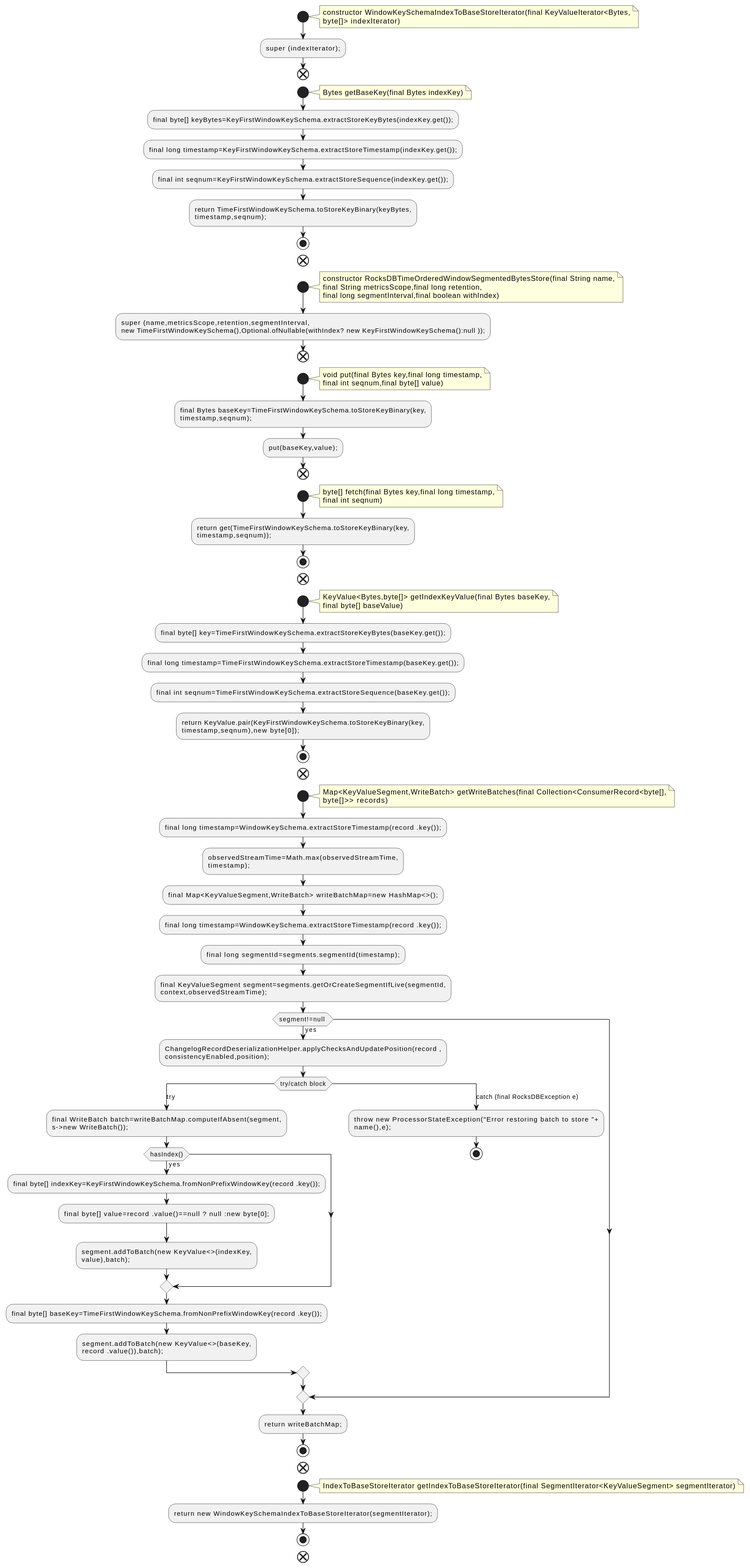
Above: docs/qc/streams/src/main/java/org/apache/kafka/streams/state/internals/RocksDBTimeOrderedWindowSegmentedBytesStore.java.fct.svg in qualitesys/kafka (PlantUML), before the change. The source it was exported from:
```plantuml
@startuml
!pragma layout smetana
start
note right
constructor WindowKeySchemaIndexToBaseStoreIterator(final KeyValueIterator<Bytes,
byte[]> indexIterator)
end note
:super (indexIterator);;
end
start
note right
Bytes getBaseKey(final Bytes indexKey)
end note
:final byte[] keyBytes=KeyFirstWindowKeySchema.extractStoreKeyBytes(indexKey.get());;
:final long timestamp=KeyFirstWindowKeySchema.extractStoreTimestamp(indexKey.get());;
:final int seqnum=KeyFirstWindowKeySchema.extractStoreSequence(indexKey.get());;
:return TimeFirstWindowKeySchema.toStoreKeyBinary(keyBytes,
timestamp,seqnum);;
stop
end
start
note right
constructor RocksDBTimeOrderedWindowSegmentedBytesStore(final String name,
final String metricsScope,final long retention,
final long segmentInterval,final boolean withIndex)
end note
:super (name,metricsScope,retention,segmentInterval,
new TimeFirstWindowKeySchema(),Optional.ofNullable(withIndex? new KeyFirstWindowKeySchema():null ));;
end
start
note right
void put(final Bytes key,final long timestamp,
final int seqnum,final byte[] value)
end note
:final Bytes baseKey=TimeFirstWindowKeySchema.toStoreKeyBinary(key,
timestamp,seqnum);;
:put(baseKey,value);;
end
start
note right
byte[] fetch(final Bytes key,final long timestamp,
final int seqnum)
end note
:return get(TimeFirstWindowKeySchema.toStoreKeyBinary(key,
timestamp,seqnum));;
stop
end
start
note right
KeyValue<Bytes,byte[]> getIndexKeyValue(final Bytes baseKey,
final byte[] baseValue)
end note
:final byte[] key=TimeFirstWindowKeySchema.extractStoreKeyBytes(baseKey.get());;
:final long timestamp=TimeFirstWindowKeySchema.extractStoreTimestamp(baseKey.get());;
:final int seqnum=TimeFirstWindowKeySchema.extractStoreSequence(baseKey.get());;
:return KeyValue.pair(KeyFirstWindowKeySchema.toStoreKeyBinary(key,
timestamp,seqnum),new byte[0]);;
stop
end
start
note right
Map<KeyValueSegment,WriteBatch> getWriteBatches(final Collection<ConsumerRecord<byte[],
byte[]>> records)
end note
:final long timestamp=WindowKeySchema.extractStoreTimestamp(record .key());;
:observedStreamTime=Math.max(observedStreamTime,
timestamp);;
:final Map<KeyValueSegment,WriteBatch> writeBatchMap=new HashMap<>();;
:final long timestamp=WindowKeySchema.extractStoreTimestamp(record .key());;
:final long segmentId=segments.segmentId(timestamp);;
:final KeyValueSegment segment=segments.getOrCreateSegmentIfLive(segmentId,
context,observedStreamTime);;
if (segment!=null ) then (yes)
:ChangelogRecordDeserializationHelper.applyChecksAndUpdatePosition(record ,
consistencyEnabled,position);;
switch (try/catch block)
case (try)
:final WriteBatch batch=writeBatchMap.computeIfAbsent(segment,
s->new WriteBatch());;
if (hasIndex()) then (yes)
:final byte[] indexKey=KeyFirstWindowKeySchema.fromNonPrefixWindowKey(record .key());;
:final byte[] value=record .value()==null ? null :new byte[0];;
:segment.addToBatch(new KeyValue<>(indexKey,
value),batch);;
endif
:final byte[] baseKey=TimeFirstWindowKeySchema.fromNonPrefixWindowKey(record .key());;
:segment.addToBatch(new KeyValue<>(baseKey,
record .value()),batch);;
case (catch (final RocksDBException e))
:throw new ProcessorStateException("Error restoring batch to store "+
name(),e);;
stop
endswitch
endif
:return writeBatchMap;;
stop
end
start
note right
IndexToBaseStoreIterator getIndexToBaseStoreIterator(final SegmentIterator<KeyValueSegment> segmentIterator)
end note
:return new WindowKeySchemaIndexToBaseStoreIterator(segmentIterator);;
stop
end
@enduml
```
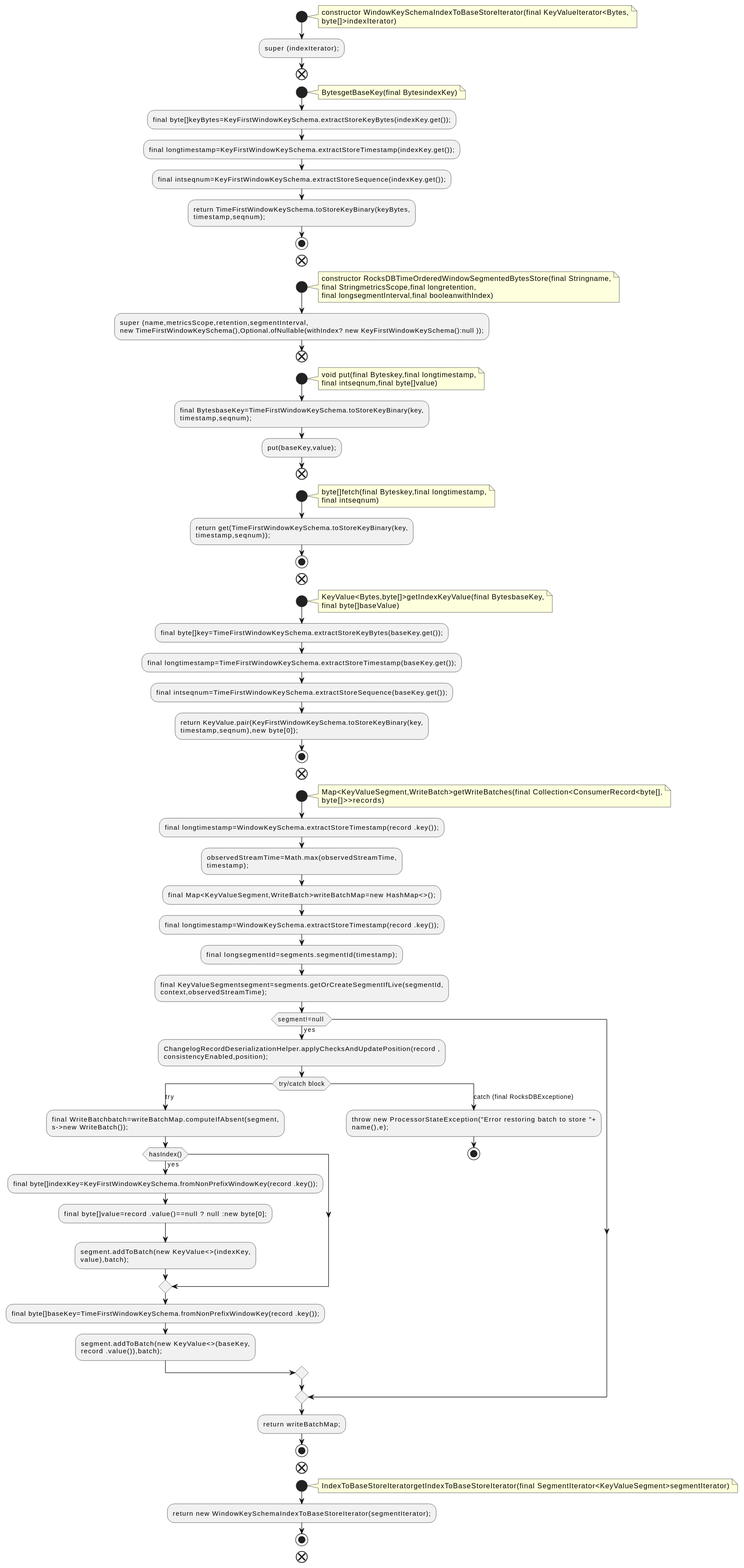
Later version of the same file.

Change to the diagram source:
```diff
@@ -3,43 +3,43 @@
 start
 note right
 constructor WindowKeySchemaIndexToBaseStoreIterator(final KeyValueIterator<Bytes,
-byte[]> indexIterator)
+byte[]>indexIterator)
 end note
 :super (indexIterator);;
 end
 start
 note right
-Bytes getBaseKey(final Bytes indexKey)
+BytesgetBaseKey(final BytesindexKey)
 end note
-:final byte[] keyBytes=KeyFirstWindowKeySchema.extractStoreKeyBytes(indexKey.get());;
-:final long timestamp=KeyFirstWindowKeySchema.extractStoreTimestamp(indexKey.get());;
-:final int seqnum=KeyFirstWindowKeySchema.extractStoreSequence(indexKey.get());;
+:final byte[]keyBytes=KeyFirstWindowKeySchema.extractStoreKeyBytes(indexKey.get());;
+:final longtimestamp=KeyFirstWindowKeySchema.extractStoreTimestamp(indexKey.get());;
+:final intseqnum=KeyFirstWindowKeySchema.extractStoreSequence(indexKey.get());;
 :return TimeFirstWindowKeySchema.toStoreKeyBinary(keyBytes,
 timestamp,seqnum);;
 stop
 end
 start
 note right
-constructor RocksDBTimeOrderedWindowSegmentedBytesStore(final String name,
-final String metricsScope,final long retention,
-final long segmentInterval,final boolean withIndex)
+constructor RocksDBTimeOrderedWindowSegmentedBytesStore(final Stringname,
+final StringmetricsScope,final longretention,
+final longsegmentInterval,final booleanwithIndex)
 end note
 :super (name,metricsScope,retention,segmentInterval,
 new TimeFirstWindowKeySchema(),Optional.ofNullable(withIndex? new KeyFirstWindowKeySchema():null ));;
 end
 start
 note right
-void put(final Bytes key,final long timestamp,
-final int seqnum,final byte[] value)
+void put(final Byteskey,final longtimestamp,
+final intseqnum,final byte[]value)
 end note
-:final Bytes baseKey=TimeFirstWindowKeySchema.toStoreKeyBinary(key,
+:final BytesbaseKey=TimeFirstWindowKeySchema.toStoreKeyBinary(key,
 timestamp,seqnum);;
 :put(baseKey,value);;
 end
 start
 note right
-byte[] fetch(final Bytes key,final long timestamp,
-final int seqnum)
+byte[]fetch(final Byteskey,final longtimestamp,
+final intseqnum)
 end note
 :return get(TimeFirstWindowKeySchema.toStoreKeyBinary(key,
 timestamp,seqnum));;
@@ -47,46 +47,46 @@
 end
 start
 note right
-KeyValue<Bytes,byte[]> getIndexKeyValue(final Bytes baseKey,
-final byte[] baseValue)
+KeyValue<Bytes,byte[]>getIndexKeyValue(final BytesbaseKey,
+final byte[]baseValue)
 end note
-:final byte[] key=TimeFirstWindowKeySchema.extractStoreKeyBytes(baseKey.get());;
-:final long timestamp=TimeFirstWindowKeySchema.extractStoreTimestamp(baseKey.get());;
-:final int seqnum=TimeFirstWindowKeySchema.extractStoreSequence(baseKey.get());;
+:final byte[]key=TimeFirstWindowKeySchema.extractStoreKeyBytes(baseKey.get());;
+:final longtimestamp=TimeFirstWindowKeySchema.extractStoreTimestamp(baseKey.get());;
+:final intseqnum=TimeFirstWindowKeySchema.extractStoreSequence(baseKey.get());;
 :return KeyValue.pair(KeyFirstWindowKeySchema.toStoreKeyBinary(key,
 timestamp,seqnum),new byte[0]);;
 stop
 end
 start
 note right
-Map<KeyValueSegment,WriteBatch> getWriteBatches(final Collection<ConsumerRecord<byte[],
-byte[]>> records)
+Map<KeyValueSegment,WriteBatch>getWriteBatches(final Collection<ConsumerRecord<byte[],
+byte[]>>records)
 end note
-:final long timestamp=WindowKeySchema.extractStoreTimestamp(record .key());;
+:final longtimestamp=WindowKeySchema.extractStoreTimestamp(record .key());;
 :observedStreamTime=Math.max(observedStreamTime,
 timestamp);;
-:final Map<KeyValueSegment,WriteBatch> writeBatchMap=new HashMap<>();;
-:final long timestamp=WindowKeySchema.extractStoreTimestamp(record .key());;
-:final long segmentId=segments.segmentId(timestamp);;
-:final KeyValueSegment segment=segments.getOrCreateSegmentIfLive(segmentId,
+:final Map<KeyValueSegment,WriteBatch>writeBatchMap=new HashMap<>();;
+:final longtimestamp=WindowKeySchema.extractStoreTimestamp(record .key());;
+:final longsegmentId=segments.segmentId(timestamp);;
+:final KeyValueSegmentsegment=segments.getOrCreateSegmentIfLive(segmentId,
 context,observedStreamTime);;
 if (segment!=null ) then (yes)
 :ChangelogRecordDeserializationHelper.applyChecksAndUpdatePosition(record ,
 consistencyEnabled,position);;
 switch (try/catch block)
 case (try)
-:final WriteBatch batch=writeBatchMap.computeIfAbsent(segment,
+:final WriteBatchbatch=writeBatchMap.computeIfAbsent(segment,
 s->new WriteBatch());;
 if (hasIndex()) then (yes)
-:final byte[] indexKey=KeyFirstWindowKeySchema.fromNonPrefixWindowKey(record .key());;
-:final byte[] value=record .value()==null ? null :new byte[0];;
+:final byte[]indexKey=KeyFirstWindowKeySchema.fromNonPrefixWindowKey(record .key());;
+:final byte[]value=record .value()==null ? null :new byte[0];;
 :segment.addToBatch(new KeyValue<>(indexKey,
 value),batch);;
 endif
-:final byte[] baseKey=TimeFirstWindowKeySchema.fromNonPrefixWindowKey(record .key());;
+:final byte[]baseKey=TimeFirstWindowKeySchema.fromNonPrefixWindowKey(record .key());;
 :segment.addToBatch(new KeyValue<>(baseKey,
 record .value()),batch);;
-case (catch (final RocksDBException e))
+case (catch (final RocksDBExceptione))
 :throw new ProcessorStateException("Error restoring batch to store "+
 name(),e);;
 stop
@@ -97,7 +97,7 @@
 end
 start
 note right
-IndexToBaseStoreIterator getIndexToBaseStoreIterator(final SegmentIterator<KeyValueSegment> segmentIterator)
+IndexToBaseStoreIteratorgetIndexToBaseStoreIterator(final SegmentIterator<KeyValueSegment>segmentIterator)
 end note
 :return new WindowKeySchemaIndexToBaseStoreIterator(segmentIterator);;
 stop
```
